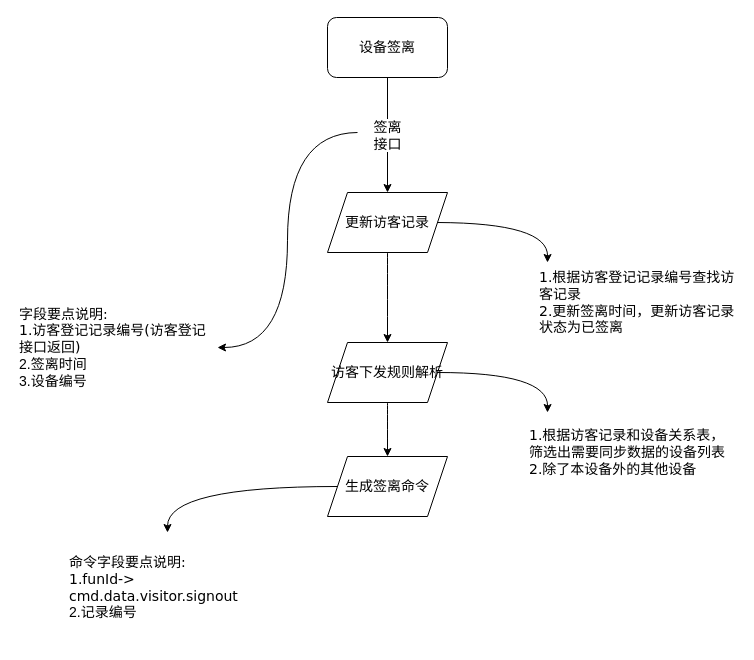
Above: page "访客签离细化-设备端签离" (6 of 11) of 访客功能-线下平台和设备交互流程.drawio in chwnjianhui/draw.io (draw.io), before the change. Source tidied: cells renumbered, new cells numbered last; positions are measured from the earlier drawing's top-left corner, leaving out a move shared by most shapes. Both pictures are drawn from the tidied source at 100%, with x=0, y=0 at pixel (17, 17).
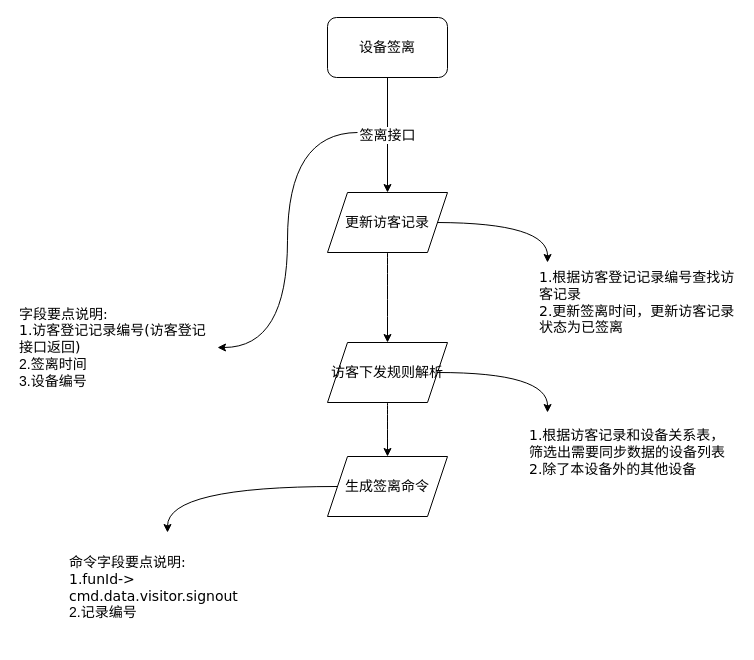
The same page after the edit.

What changed in the source:
```diff
@@
 <mxGraphModel>
   <root>
     <mxCell id="0" />
     <mxCell id="1" parent="0" />
-    <mxCell id="2" value="签离&lt;br&gt;接口" style="edgeStyle=orthogonalEdgeStyle;rounded=0;jettySize=auto;html=1;fontSize=14;fontStyle=0;" parent="1" edge="1" source="3" target="6">
+    <mxCell id="2" value="签离接口" style="edgeStyle=orthogonalEdgeStyle;rounded=0;jettySize=auto;html=1;fontSize=14;fontStyle=0;" parent="1" edge="1" source="3" target="6">
       <mxGeometry relative="1" as="geometry" />
     </mxCell>
     <mxCell id="3" value="设备签离" style="rounded=1;whiteSpace=wrap;html=1;fontSize=14;fillColor=#FFFFFF;" parent="1" vertex="1">
       <mxGeometry x="310" width="120" height="60" as="geometry" />
     </mxCell>
     <mxCell id="4" style="edgeStyle=orthogonalEdgeStyle;curved=1;rounded=0;jettySize=auto;html=1;fontSize=14;entryX=1;entryY=0.5;entryDx=0;entryDy=0;" parent="1" edge="1" target="7">
       <mxGeometry relative="1" as="geometry">
         <mxPoint x="340" y="115" as="sourcePoint" />
       </mxGeometry>
     </mxCell>
     <mxCell id="5" style="edgeStyle=orthogonalEdgeStyle;curved=1;rounded=0;jettySize=auto;html=1;fontSize=14;" parent="1" edge="1" source="6" target="10">
       <mxGeometry relative="1" as="geometry" />
     </mxCell>
     <mxCell id="6" value="更新访客记录" style="shape=parallelogram;perimeter=parallelogramPerimeter;whiteSpace=wrap;html=1;fixedSize=1;fontSize=14;fillColor=#FFFFFF;" parent="1" vertex="1">
       <mxGeometry x="310" y="175" width="120" height="60" as="geometry" />
     </mxCell>
     <mxCell id="7" value="&lt;font face=&quot;Verdana&quot;&gt;字段要点说明:&lt;/font&gt;&lt;br&gt;&lt;font face=&quot;Verdana&quot;&gt;1.访客登记&lt;/font&gt;记录编号&lt;font face=&quot;Verdana&quot;&gt;(访客登记接口返回)&lt;br&gt;&lt;/font&gt;2.签离时间&lt;br&gt;3.设备编号" style="text;html=1;strokeColor=none;fillColor=none;align=left;verticalAlign=middle;whiteSpace=wrap;rounded=0;fontSize=14;" parent="1" vertex="1">
       <mxGeometry y="275" width="200" height="110" as="geometry" />
     </mxCell>
     <mxCell id="8" style="edgeStyle=orthogonalEdgeStyle;curved=1;rounded=0;jettySize=auto;html=1;fontSize=14;" parent="1" edge="1" source="10" target="12">
       <mxGeometry relative="1" as="geometry" />
     </mxCell>
     <mxCell id="9" style="edgeStyle=orthogonalEdgeStyle;curved=1;rounded=0;jettySize=auto;html=1;exitX=1;exitY=0.5;exitDx=0;exitDy=0;entryX=0;entryY=0.5;entryDx=0;entryDy=0;fontSize=14;" parent="1" edge="1" source="10">
       <mxGeometry relative="1" as="geometry">
         <mxPoint x="530" y="395" as="targetPoint" />
       </mxGeometry>
     </mxCell>
     <mxCell id="10" value="访客下发规则解析" style="shape=parallelogram;perimeter=parallelogramPerimeter;whiteSpace=wrap;html=1;fixedSize=1;fontSize=14;fillColor=#FFFFFF;" parent="1" vertex="1">
       <mxGeometry x="310" y="325" width="120" height="60" as="geometry" />
     </mxCell>
     <mxCell id="11" style="edgeStyle=orthogonalEdgeStyle;curved=1;rounded=0;jettySize=auto;html=1;exitX=0;exitY=0.5;exitDx=0;exitDy=0;entryX=0.5;entryY=0;entryDx=0;entryDy=0;fontSize=14;" parent="1" edge="1" source="12" target="13">
       <mxGeometry relative="1" as="geometry" />
     </mxCell>
     <mxCell id="12" value="生成签离命令" style="shape=parallelogram;perimeter=parallelogramPerimeter;whiteSpace=wrap;html=1;fixedSize=1;fontSize=14;fillColor=#FFFFFF;" parent="1" vertex="1">
       <mxGeometry x="310" y="439" width="120" height="60" as="geometry" />
     </mxCell>
     <mxCell id="13" value="&lt;font face=&quot;Verdana&quot;&gt;命令字段要点说明:&lt;/font&gt;&lt;br&gt;&lt;font face=&quot;Verdana&quot;&gt;1.funId-&amp;gt; cmd.data.visitor.signout&lt;br&gt;&lt;/font&gt;2.记录编号" style="text;html=1;strokeColor=none;fillColor=none;align=left;verticalAlign=middle;whiteSpace=wrap;rounded=0;fontSize=14;" parent="1" vertex="1">
       <mxGeometry x="50" y="515" width="200" height="110" as="geometry" />
     </mxCell>
     <mxCell id="14" value="&lt;span style=&quot;font-family: Verdana; font-size: 14px;&quot;&gt;1.根据访客记录和设备关系表，筛选出需要同步数据的设备列表&lt;br&gt;2.除了本设备外的其他设备&lt;br style=&quot;font-size: 14px;&quot;&gt;&lt;/span&gt;" style="text;html=1;strokeColor=none;fillColor=none;align=left;verticalAlign=middle;whiteSpace=wrap;rounded=0;fontSize=14;" parent="1" vertex="1">
       <mxGeometry x="510" y="415" width="200" height="40" as="geometry" />
     </mxCell>
     <mxCell id="15" style="edgeStyle=orthogonalEdgeStyle;curved=1;rounded=0;orthogonalLoop=1;jettySize=auto;html=1;exitX=1;exitY=0.5;exitDx=0;exitDy=0;entryX=0;entryY=0.5;entryDx=0;entryDy=0;fontSize=14;" parent="1" edge="1">
       <mxGeometry relative="1" as="geometry">
         <mxPoint x="420" y="205" as="sourcePoint" />
         <mxPoint x="530" y="245" as="targetPoint" />
       </mxGeometry>
     </mxCell>
     <mxCell id="16" value="&lt;span style=&quot;font-family: Verdana; font-size: 14px;&quot;&gt;1.根据访客登记记录编号查找访客记录&lt;br&gt;2.更新签离时间，&lt;/span&gt;&lt;span style=&quot;font-family: Verdana;&quot;&gt;更新访客记录状态为已签离&lt;/span&gt;&lt;span style=&quot;font-family: Verdana; font-size: 14px;&quot;&gt;&lt;br style=&quot;font-size: 14px;&quot;&gt;&lt;/span&gt;" style="text;html=1;strokeColor=none;fillColor=none;align=left;verticalAlign=middle;whiteSpace=wrap;rounded=0;fontSize=14;" parent="1" vertex="1">
       <mxGeometry x="520" y="265" width="200" height="40" as="geometry" />
     </mxCell>
   </root>
 </mxGraphModel>
```
